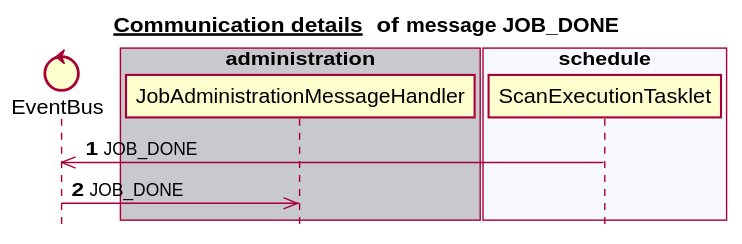
This is docs/latest/images/gen_domain_messaging_job_done.svg from mercedes-benz/sechub, a PlantUML export, as it was before one commit.
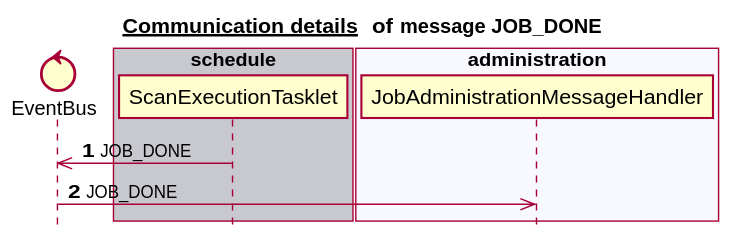
The same file after the commit.

Change to the diagram source:
```diff
@@ -6,17 +6,17 @@
 
 
 control EventBus
-box "authorization" #C8C8CF
+box "schedule" #C8C8CF
+   participant ScanExecutionTasklet
 end box
 box "scan" #F8F8FF
 end box
-box "administration" #C8C8CF
+box "notification" #C8C8CF
+end box
+box "administration" #F8F8FF
    participant JobAdministrationMessageHandler
 end box
-box "schedule" #F8F8FF
-   participant ScanExecutionTasklet
-end box
-box "notification" #C8C8CF
+box "authorization" #C8C8CF
 end box
 autonumber 1
 ScanExecutionTasklet ->> EventBus:JOB_DONE
```
